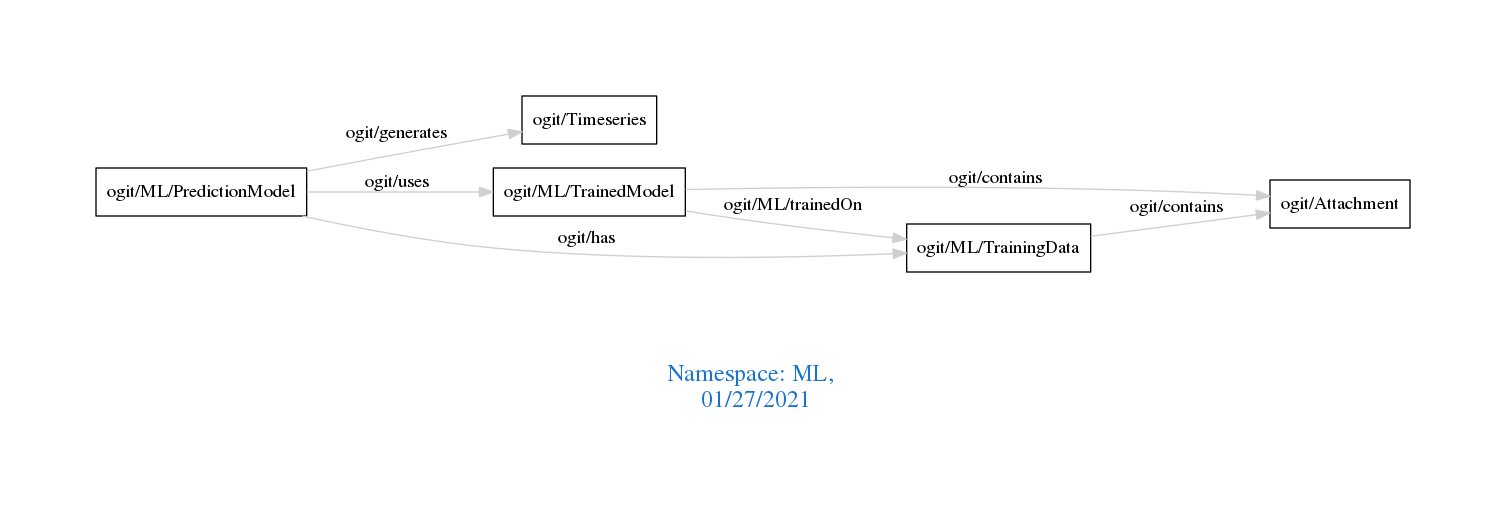
Before: downloads/ML.png, a diagram exported from Graphviz (arago/OGIT). Its source is kept beside it as downloads/ML.dot.
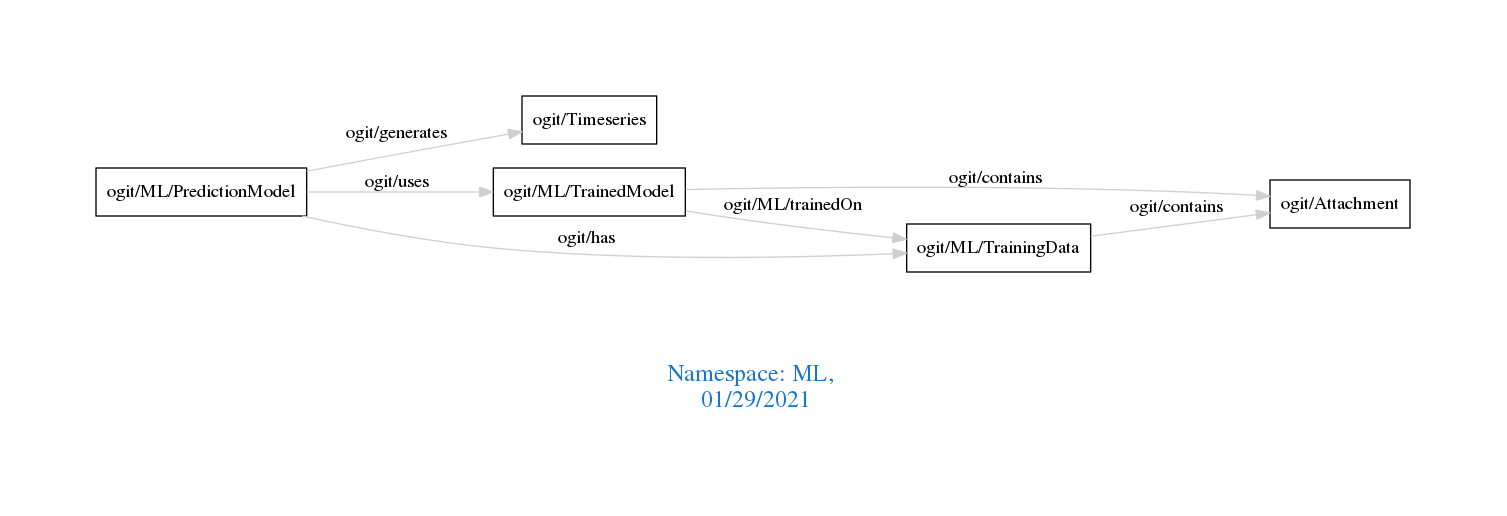
Later version of the same file.

Change to the diagram source:
```diff
@@ -1,7 +1,7 @@
 digraph OGIT_ontology {
  graph [ rankdir= LR,pad=1
 fontsize = 18,
-fontcolor= dodgerblue3,label = "\n\n\nNamespace: ML, \n 01/27/2021"];
+fontcolor= dodgerblue3,label = "\n\n\nNamespace: ML, \n 01/29/2021"];
 node[shape=polygon];
 edge [  color="gray81"];
 
```
